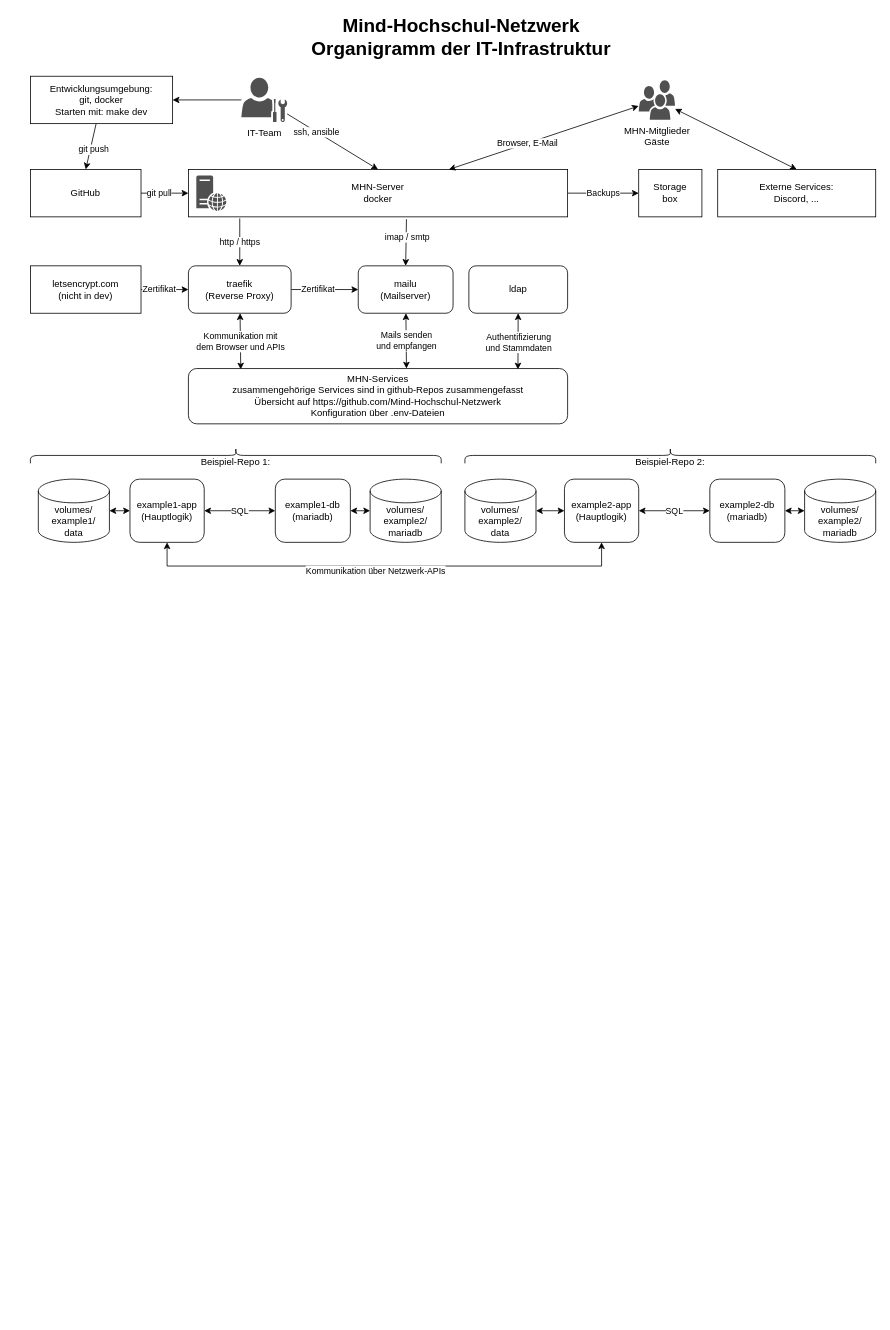
Earlier version of the draw.io diagram profile/organization-chart.drawio (Mind-Hochschul-Netzwerk/.github). Source tidied: cells renumbered, new cells numbered last; positions are measured from the earlier drawing's top-left corner, leaving out a move shared by most shapes. Both pictures are drawn from the tidied source at 79%, with x=0, y=0 at pixel (30, 21).
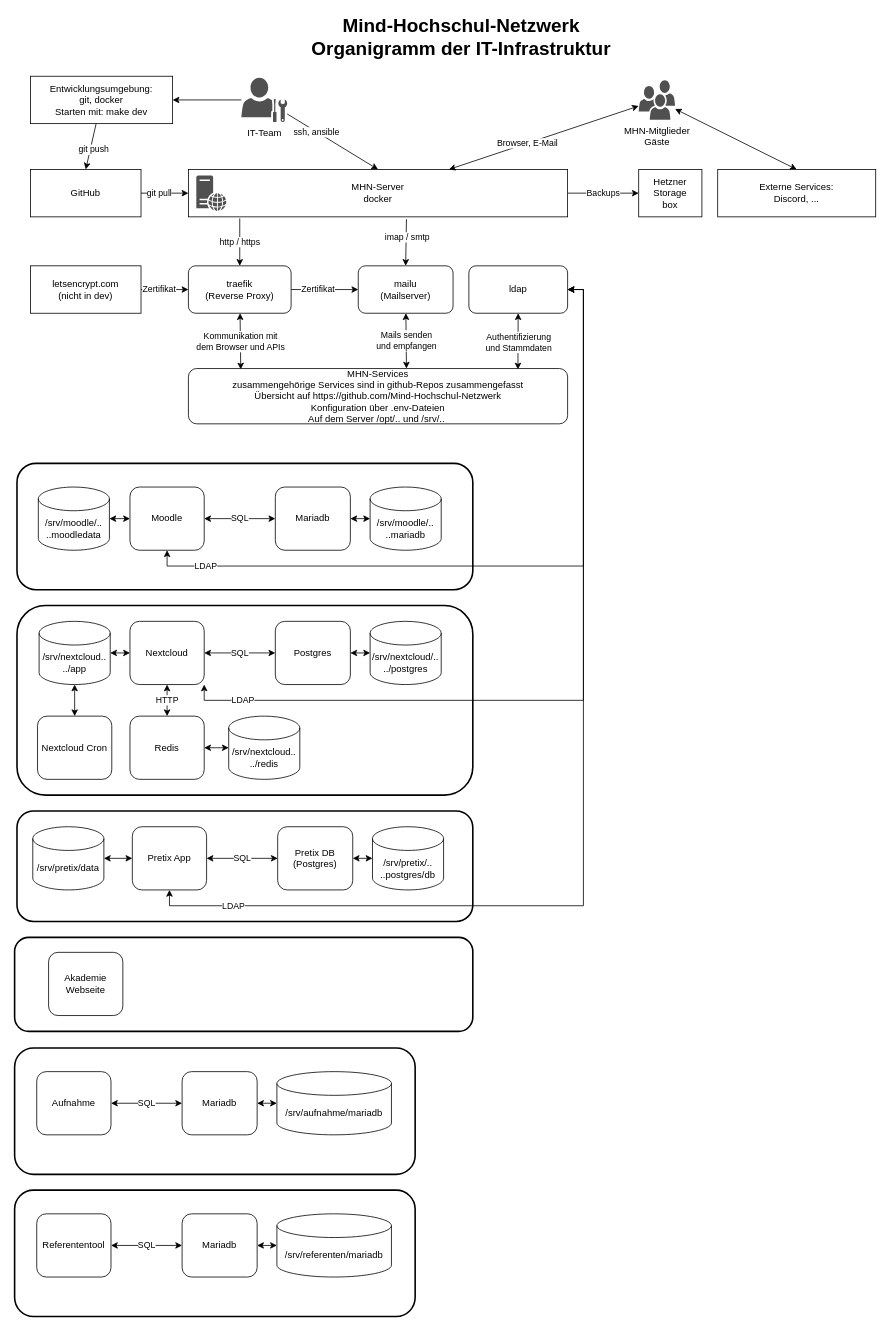
The same page after the edit.

Unchanged cells that the change refers to:
```xml
<mxCell id="37" value="ldap" style="rounded=1;whiteSpace=wrap;html=1;" parent="1" vertex="1">
  <mxGeometry x="555" y="310" width="125" height="60" as="geometry" />
</mxCell>
```

Diff of the diagram source:
```diff
@@
+    <mxCell id="59" style="rounded=1;whiteSpace=wrap;html=1;fillColor=none;strokeWidth=2;glass=0;shadow=0;sketch=0;" parent="1" vertex="1">
+      <mxGeometry x="-20" y="1160" width="580" height="119" as="geometry" />
+    </mxCell>
+    <mxCell id="60" style="rounded=1;whiteSpace=wrap;html=1;fillColor=none;strokeWidth=2;glass=0;shadow=0;sketch=0;" parent="1" vertex="1">
+      <mxGeometry x="-20" y="1300" width="507" height="160" as="geometry" />
+    </mxCell>
+    <mxCell id="61" style="rounded=1;whiteSpace=wrap;html=1;fillColor=none;strokeWidth=2;glass=0;shadow=0;sketch=0;" parent="1" vertex="1">
+      <mxGeometry x="-17" y="1000" width="577" height="140" as="geometry" />
+    </mxCell>
+    <mxCell id="62" style="rounded=1;whiteSpace=wrap;html=1;fillColor=none;strokeWidth=2;glass=0;shadow=0;sketch=0;" parent="1" vertex="1">
+      <mxGeometry x="-17" y="740" width="577" height="240" as="geometry" />
+    </mxCell>
@@
-    <mxCell id="31" value="Storage&lt;br&gt;box" style="rounded=0;whiteSpace=wrap;html=1;" parent="1" vertex="1">
+    <mxCell id="31" value="Hetzner Storage&lt;br&gt;box" style="rounded=0;whiteSpace=wrap;html=1;" parent="1" vertex="1">
       <mxGeometry x="770" y="188" width="80" height="60" as="geometry" />
     </mxCell>
@@
-    <mxCell id="38" value="MHN-Services&lt;br&gt;zusammengehörige Services sind in github-Repos zusammengefasst&lt;br&gt;Übersicht auf&amp;nbsp;https://github.com/Mind-Hochschul-Netzwerk&lt;br&gt;Konfiguration über .env-Dateien" style="rounded=1;whiteSpace=wrap;html=1;imageVerticalAlign=top;" parent="1" vertex="1">
+    <mxCell id="38" value="MHN-Services&lt;br&gt;zusammengehörige Services sind in github-Repos zusammengefasst&lt;br&gt;Übersicht auf&amp;nbsp;https://github.com/Mind-Hochschul-Netzwerk&lt;br&gt;Konfiguration über .env-Dateien&lt;br&gt;Auf dem Server /opt/.. und /srv/..&amp;nbsp;" style="rounded=1;whiteSpace=wrap;html=1;imageVerticalAlign=top;" parent="1" vertex="1">
       <mxGeometry x="200" y="440" width="480" height="70" as="geometry" />
     </mxCell>
@@
-    <mxCell id="41" value="&lt;br&gt;Beispiel-Repo 1:" style="shape=curlyBracket;whiteSpace=wrap;html=1;rounded=1;direction=south;" parent="1" vertex="1">
-      <mxGeometry y="540" width="520" height="20" as="geometry" />
-    </mxCell>
@@
-    <mxCell id="44" style="edgeStyle=none;rounded=0;jettySize=auto;html=1;exitX=0.5;exitY=1;exitDx=0;exitDy=0;entryX=0.5;entryY=1;entryDx=0;entryDy=0;startArrow=classic;startFill=1;endArrow=classic;endFill=1;" parent="1" edge="1" source="46" target="54">
-      <mxGeometry relative="1" as="geometry">
-        <Array as="points">
-          <mxPoint x="173" y="690" />
-          <mxPoint x="723" y="690" />
-        </Array>
-      </mxGeometry>
-    </mxCell>
-    <mxCell id="45" value="Kommunikation über Netzwerk-APIs" style="edgeLabel;html=1;align=center;verticalAlign=middle;" parent="44" vertex="1">
-      <mxGeometry x="-0.04" y="-5" relative="1" as="geometry" />
-    </mxCell>
+    <mxCell id="63" value="LDAP" style="edgeStyle=orthogonalEdgeStyle;rounded=0;jettySize=auto;html=1;exitX=0.5;exitY=1;exitDx=0;exitDy=0;entryX=1;entryY=0.5;entryDx=0;entryDy=0;startArrow=classic;startFill=1;" parent="1" edge="1" source="46" target="37">
+      <mxGeometry x="-0.85" relative="1" as="geometry" />
+    </mxCell>
-    <mxCell id="46" value="example1-app&lt;br&gt;&lt;div style=&quot;&quot;&gt;&lt;span style=&quot;background-color: initial;&quot;&gt;(Hauptlogik)&lt;/span&gt;&lt;/div&gt;" style="rounded=1;whiteSpace=wrap;html=1;verticalAlign=middle;align=center;spacingLeft=0;" parent="1" vertex="1">
-      <mxGeometry x="126" y="580" width="94" height="80" as="geometry" />
+    <mxCell id="46" value="Moodle" style="rounded=1;whiteSpace=wrap;html=1;verticalAlign=middle;align=center;spacingLeft=0;" parent="1" vertex="1">
+      <mxGeometry x="126" y="590" width="94" height="80" as="geometry" />
     </mxCell>
@@
-    <mxCell id="48" value="example1-db&lt;br&gt;(mariadb)" style="rounded=1;whiteSpace=wrap;html=1;" parent="1" vertex="1">
-      <mxGeometry x="310" y="580" width="95" height="80" as="geometry" />
+    <mxCell id="48" value="Mariadb" style="rounded=1;whiteSpace=wrap;html=1;" parent="1" vertex="1">
+      <mxGeometry x="310" y="590" width="95" height="80" as="geometry" />
     </mxCell>
-    <mxCell id="49" value="volumes/&lt;br&gt;example1/&lt;br&gt;data" style="shape=cylinder3;whiteSpace=wrap;html=1;boundedLbl=1;backgroundOutline=1;size=15;" parent="1" vertex="1">
-      <mxGeometry x="10" y="580" width="90" height="80" as="geometry" />
+    <mxCell id="49" value="/srv/moodle/..&lt;br&gt;..moodledata" style="shape=cylinder3;whiteSpace=wrap;html=1;boundedLbl=1;backgroundOutline=1;size=15;" parent="1" vertex="1">
+      <mxGeometry x="10" y="590" width="90" height="80" as="geometry" />
     </mxCell>
-    <mxCell id="50" value="volumes/&lt;br&gt;example2/&lt;br&gt;mariadb" style="shape=cylinder3;whiteSpace=wrap;html=1;boundedLbl=1;backgroundOutline=1;size=15;" parent="1" vertex="1">
-      <mxGeometry x="430" y="580" width="90" height="80" as="geometry" />
+    <mxCell id="50" value="/srv/moodle/..&lt;br&gt;..mariadb" style="shape=cylinder3;whiteSpace=wrap;html=1;boundedLbl=1;backgroundOutline=1;size=15;" parent="1" vertex="1">
+      <mxGeometry x="430" y="590" width="90" height="80" as="geometry" />
     </mxCell>
-    <mxCell id="51" value="&lt;br&gt;Beispiel-Repo 2:" style="shape=curlyBracket;whiteSpace=wrap;html=1;rounded=1;direction=south;" parent="1" vertex="1">
-      <mxGeometry x="550" y="540" width="520" height="20" as="geometry" />
-    </mxCell>
@@
+    <mxCell id="64" value="LDAP" style="edgeStyle=orthogonalEdgeStyle;rounded=0;jettySize=auto;html=1;exitX=0.5;exitY=1;exitDx=0;exitDy=0;entryX=1;entryY=0.5;entryDx=0;entryDy=0;startArrow=classic;startFill=1;" parent="1" edge="1" source="54" target="37">
+      <mxGeometry x="-0.85" relative="1" as="geometry">
+        <Array as="points">
+          <mxPoint x="176" y="1120" />
+          <mxPoint x="700" y="1120" />
+          <mxPoint x="700" y="340" />
+        </Array>
+      </mxGeometry>
+    </mxCell>
-    <mxCell id="54" value="example2-app&lt;br&gt;&lt;div style=&quot;&quot;&gt;&lt;span style=&quot;background-color: initial;&quot;&gt;(Hauptlogik)&lt;/span&gt;&lt;/div&gt;" style="rounded=1;whiteSpace=wrap;html=1;verticalAlign=middle;align=center;spacingLeft=0;" parent="1" vertex="1">
-      <mxGeometry x="676" y="580" width="94" height="80" as="geometry" />
+    <mxCell id="54" value="Pretix App" style="rounded=1;whiteSpace=wrap;html=1;verticalAlign=middle;align=center;spacingLeft=0;" parent="1" vertex="1">
+      <mxGeometry x="129" y="1020" width="94" height="80" as="geometry" />
     </mxCell>
@@
-    <mxCell id="56" value="example2-db&lt;br&gt;(mariadb)" style="rounded=1;whiteSpace=wrap;html=1;" parent="1" vertex="1">
-      <mxGeometry x="860" y="580" width="95" height="80" as="geometry" />
+    <mxCell id="56" value="Pretix DB (Postgres)" style="rounded=1;whiteSpace=wrap;html=1;" parent="1" vertex="1">
+      <mxGeometry x="313" y="1020" width="95" height="80" as="geometry" />
     </mxCell>
-    <mxCell id="57" value="volumes/&lt;br&gt;example2/&lt;br&gt;data" style="shape=cylinder3;whiteSpace=wrap;html=1;boundedLbl=1;backgroundOutline=1;size=15;" parent="1" vertex="1">
-      <mxGeometry x="550" y="580" width="90" height="80" as="geometry" />
+    <mxCell id="57" value="/srv/pretix/data" style="shape=cylinder3;whiteSpace=wrap;html=1;boundedLbl=1;backgroundOutline=1;size=15;" parent="1" vertex="1">
+      <mxGeometry x="3" y="1020" width="90" height="80" as="geometry" />
     </mxCell>
-    <mxCell id="58" value="volumes/&lt;br&gt;example2/&lt;br&gt;mariadb" style="shape=cylinder3;whiteSpace=wrap;html=1;boundedLbl=1;backgroundOutline=1;size=15;" parent="1" vertex="1">
-      <mxGeometry x="980" y="580" width="90" height="80" as="geometry" />
+    <mxCell id="58" value="/srv/pretix/..&lt;br&gt;..postgres/db" style="shape=cylinder3;whiteSpace=wrap;html=1;boundedLbl=1;backgroundOutline=1;size=15;" parent="1" vertex="1">
+      <mxGeometry x="433" y="1020" width="90" height="80" as="geometry" />
     </mxCell>
+    <mxCell id="65" value="SQL" style="edgeStyle=none;rounded=0;jettySize=auto;html=1;exitX=1;exitY=0.5;exitDx=0;exitDy=0;entryX=0;entryY=0.5;entryDx=0;entryDy=0;startArrow=classic;startFill=1;endArrow=classic;endFill=1;" parent="1" edge="1" source="68" target="70">
+      <mxGeometry relative="1" as="geometry" />
+    </mxCell>
+    <mxCell id="66" style="edgeStyle=none;rounded=0;jettySize=auto;html=1;exitX=0;exitY=0.5;exitDx=0;exitDy=0;entryX=1;entryY=0.5;entryDx=0;entryDy=0;entryPerimeter=0;startArrow=classic;startFill=1;endArrow=classic;endFill=1;" parent="1" edge="1" source="68" target="71">
+      <mxGeometry relative="1" as="geometry" />
+    </mxCell>
+    <mxCell id="67" value="LDAP" style="edgeStyle=orthogonalEdgeStyle;rounded=0;jettySize=auto;html=1;exitX=1;exitY=1;exitDx=0;exitDy=0;entryX=1;entryY=0.5;entryDx=0;entryDy=0;startArrow=classic;startFill=1;" parent="1" edge="1" source="68" target="37">
+      <mxGeometry x="-0.87" relative="1" as="geometry">
+        <mxPoint x="1" as="offset" />
+      </mxGeometry>
+    </mxCell>
+    <mxCell id="68" value="Nextcloud" style="rounded=1;whiteSpace=wrap;html=1;verticalAlign=middle;align=center;spacingLeft=0;" parent="1" vertex="1">
+      <mxGeometry x="126" y="760" width="94" height="80" as="geometry" />
+    </mxCell>
+    <mxCell id="69" style="edgeStyle=none;rounded=0;jettySize=auto;html=1;entryX=0;entryY=0.5;entryDx=0;entryDy=0;entryPerimeter=0;startArrow=classic;startFill=1;endArrow=classic;endFill=1;" parent="1" edge="1" source="70" target="72">
+      <mxGeometry relative="1" as="geometry" />
+    </mxCell>
+    <mxCell id="70" value="Postgres" style="rounded=1;whiteSpace=wrap;html=1;" parent="1" vertex="1">
+      <mxGeometry x="310" y="760" width="95" height="80" as="geometry" />
+    </mxCell>
+    <mxCell id="71" value="/srv/nextcloud..&lt;br&gt;../app" style="shape=cylinder3;whiteSpace=wrap;html=1;boundedLbl=1;backgroundOutline=1;size=15;" parent="1" vertex="1">
+      <mxGeometry x="11" y="760" width="90" height="80" as="geometry" />
+    </mxCell>
+    <mxCell id="72" value="/srv/nextcloud/..&lt;br&gt;../postgres" style="shape=cylinder3;whiteSpace=wrap;html=1;boundedLbl=1;backgroundOutline=1;size=15;" parent="1" vertex="1">
+      <mxGeometry x="430" y="760" width="90" height="80" as="geometry" />
+    </mxCell>
+    <mxCell id="73" value="HTTP" style="edgeStyle=orthogonalEdgeStyle;rounded=0;jettySize=auto;html=1;exitX=0.5;exitY=0;exitDx=0;exitDy=0;entryX=0.5;entryY=1;entryDx=0;entryDy=0;startArrow=classic;startFill=1;" parent="1" edge="1" source="75" target="68">
+      <mxGeometry relative="1" as="geometry" />
+    </mxCell>
+    <mxCell id="74" style="edgeStyle=orthogonalEdgeStyle;rounded=0;jettySize=auto;html=1;exitX=1;exitY=0.5;exitDx=0;exitDy=0;entryX=0;entryY=0.5;entryDx=0;entryDy=0;entryPerimeter=0;startArrow=classic;startFill=1;" parent="1" edge="1" source="75" target="76">
+      <mxGeometry relative="1" as="geometry" />
+    </mxCell>
+    <mxCell id="75" value="Redis" style="rounded=1;whiteSpace=wrap;html=1;verticalAlign=middle;align=center;spacingLeft=0;" parent="1" vertex="1">
+      <mxGeometry x="126" y="880" width="94" height="80" as="geometry" />
+    </mxCell>
+    <mxCell id="76" value="/srv/nextcloud..&lt;br&gt;../redis" style="shape=cylinder3;whiteSpace=wrap;html=1;boundedLbl=1;backgroundOutline=1;size=15;" parent="1" vertex="1">
+      <mxGeometry x="251" y="880" width="90" height="80" as="geometry" />
+    </mxCell>
+    <mxCell id="77" style="edgeStyle=orthogonalEdgeStyle;rounded=0;jettySize=auto;html=1;entryX=0.5;entryY=1;entryDx=0;entryDy=0;entryPerimeter=0;startArrow=classic;startFill=1;" parent="1" edge="1" source="78" target="71">
+      <mxGeometry relative="1" as="geometry" />
+    </mxCell>
+    <mxCell id="78" value="Nextcloud Cron" style="rounded=1;whiteSpace=wrap;html=1;verticalAlign=middle;align=center;spacingLeft=0;" parent="1" vertex="1">
+      <mxGeometry x="9" y="880" width="94" height="80" as="geometry" />
+    </mxCell>
+    <mxCell id="79" style="rounded=1;whiteSpace=wrap;html=1;fillColor=none;strokeWidth=2;glass=0;shadow=0;sketch=0;" parent="1" vertex="1">
+      <mxGeometry x="-17" y="560" width="577" height="160" as="geometry" />
+    </mxCell>
+    <mxCell id="80" value="Akademie Webseite" style="rounded=1;whiteSpace=wrap;html=1;verticalAlign=middle;align=center;spacingLeft=0;" parent="1" vertex="1">
+      <mxGeometry x="23" y="1179" width="94" height="80" as="geometry" />
+    </mxCell>
+    <mxCell id="81" value="SQL" style="edgeStyle=none;rounded=0;jettySize=auto;html=1;exitX=1;exitY=0.5;exitDx=0;exitDy=0;entryX=0;entryY=0.5;entryDx=0;entryDy=0;startArrow=classic;startFill=1;endArrow=classic;endFill=1;" parent="1" edge="1" source="82" target="84">
+      <mxGeometry relative="1" as="geometry" />
+    </mxCell>
+    <mxCell id="82" value="Aufnahme" style="rounded=1;whiteSpace=wrap;html=1;verticalAlign=middle;align=center;spacingLeft=0;" parent="1" vertex="1">
+      <mxGeometry x="8" y="1330" width="94" height="80" as="geometry" />
+    </mxCell>
+    <mxCell id="83" style="edgeStyle=none;rounded=0;jettySize=auto;html=1;entryX=0;entryY=0.5;entryDx=0;entryDy=0;entryPerimeter=0;startArrow=classic;startFill=1;endArrow=classic;endFill=1;" parent="1" edge="1" source="84" target="85">
+      <mxGeometry relative="1" as="geometry" />
+    </mxCell>
+    <mxCell id="84" value="Mariadb" style="rounded=1;whiteSpace=wrap;html=1;" parent="1" vertex="1">
+      <mxGeometry x="192" y="1330" width="95" height="80" as="geometry" />
+    </mxCell>
+    <mxCell id="85" value="/srv/aufnahme/mariadb" style="shape=cylinder3;whiteSpace=wrap;html=1;boundedLbl=1;backgroundOutline=1;size=15;" parent="1" vertex="1">
+      <mxGeometry x="312" y="1330" width="145" height="80" as="geometry" />
+    </mxCell>
+    <mxCell id="86" style="rounded=1;whiteSpace=wrap;html=1;fillColor=none;strokeWidth=2;glass=0;shadow=0;sketch=0;" parent="1" vertex="1">
+      <mxGeometry x="-20" y="1480" width="507" height="160" as="geometry" />
+    </mxCell>
+    <mxCell id="87" value="SQL" style="edgeStyle=none;rounded=0;jettySize=auto;html=1;exitX=1;exitY=0.5;exitDx=0;exitDy=0;entryX=0;entryY=0.5;entryDx=0;entryDy=0;startArrow=classic;startFill=1;endArrow=classic;endFill=1;" parent="1" edge="1" source="88" target="90">
+      <mxGeometry relative="1" as="geometry" />
+    </mxCell>
+    <mxCell id="88" value="Referententool" style="rounded=1;whiteSpace=wrap;html=1;verticalAlign=middle;align=center;spacingLeft=0;" parent="1" vertex="1">
+      <mxGeometry x="8" y="1510" width="94" height="80" as="geometry" />
+    </mxCell>
+    <mxCell id="89" style="edgeStyle=none;rounded=0;jettySize=auto;html=1;entryX=0;entryY=0.5;entryDx=0;entryDy=0;entryPerimeter=0;startArrow=classic;startFill=1;endArrow=classic;endFill=1;" parent="1" edge="1" source="90" target="91">
+      <mxGeometry relative="1" as="geometry" />
+    </mxCell>
+    <mxCell id="90" value="Mariadb" style="rounded=1;whiteSpace=wrap;html=1;" parent="1" vertex="1">
+      <mxGeometry x="192" y="1510" width="95" height="80" as="geometry" />
+    </mxCell>
+    <mxCell id="91" value="/srv/referenten/mariadb" style="shape=cylinder3;whiteSpace=wrap;html=1;boundedLbl=1;backgroundOutline=1;size=15;" parent="1" vertex="1">
+      <mxGeometry x="312" y="1510" width="145" height="80" as="geometry" />
+    </mxCell>
```
